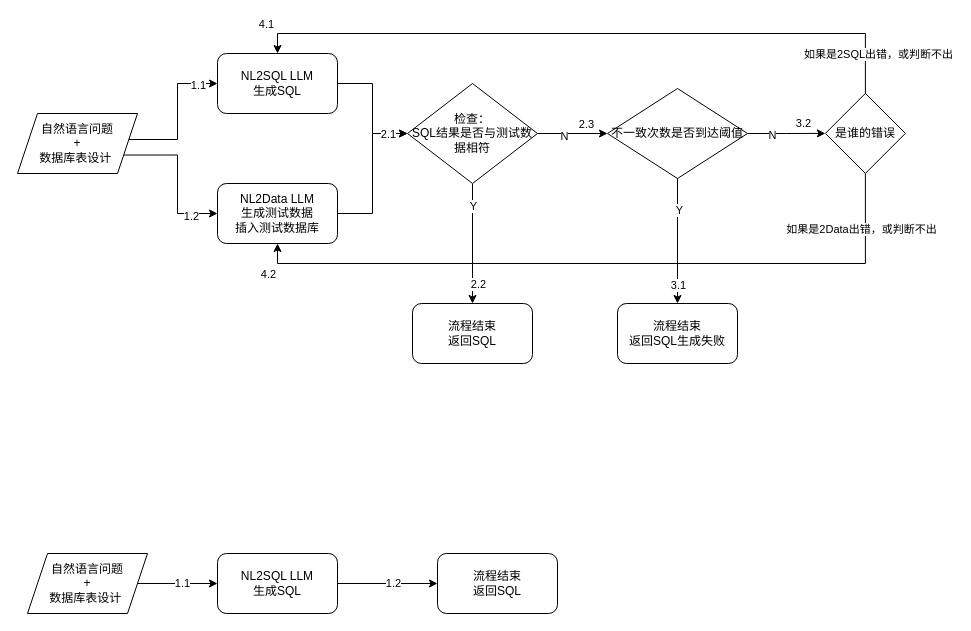
This is 未命名绘图.drawio from tyro-li/hello, a draw.io file, before an edit. Source tidied: cells renumbered, new cells numbered last; positions are measured from the earlier drawing's top-left corner, leaving out a move shared by most shapes. Both pictures are drawn from the tidied source at 100%, with x=0, y=0 at pixel (17, 53).
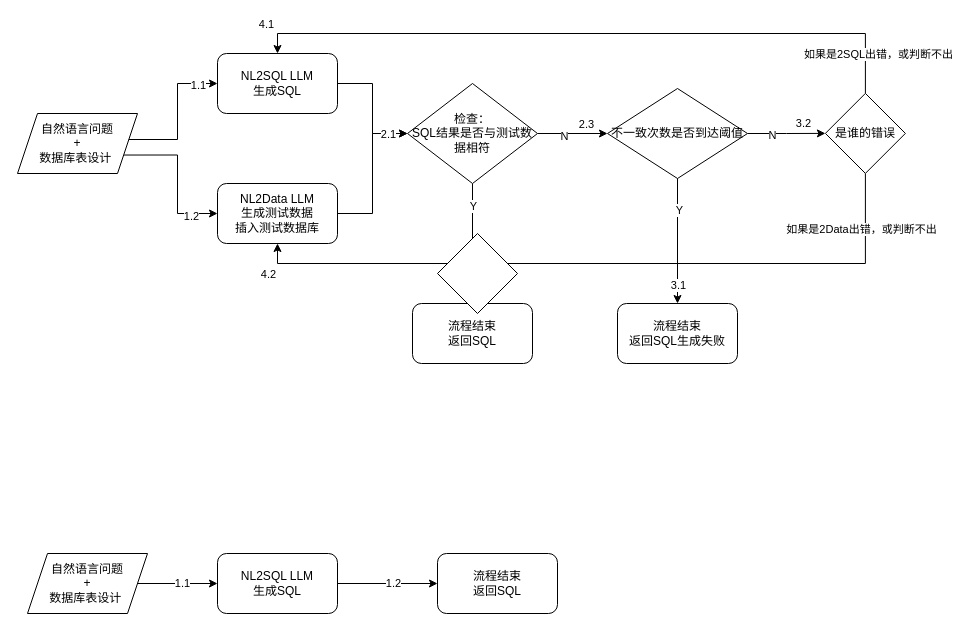
The same diagram, later.

Change to the diagram source:
```diff
@@
+    <mxCell id="42" style="rhombus;whiteSpace=wrap;html=1;" parent="1" vertex="1">
+      <mxGeometry x="420" y="180" width="80" height="80" as="geometry" />
+    </mxCell>
```
